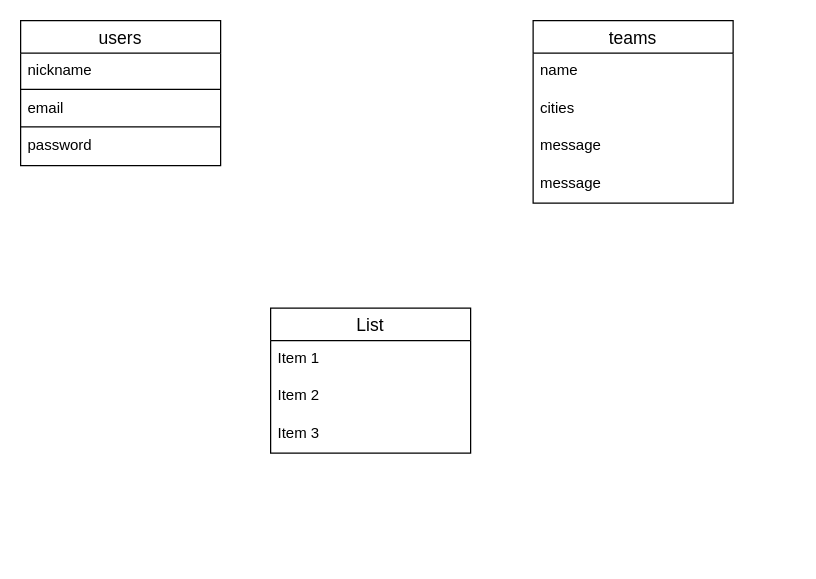
This is playball.dio from hanabusasusumu/playball, a draw.io file, before an edit. Source tidied: cells renumbered, new cells numbered last; positions are measured from the earlier drawing's top-left corner, leaving out a move shared by most shapes. Both pictures are drawn from the tidied source at 125%, with x=0, y=0 at pixel (20, 20).
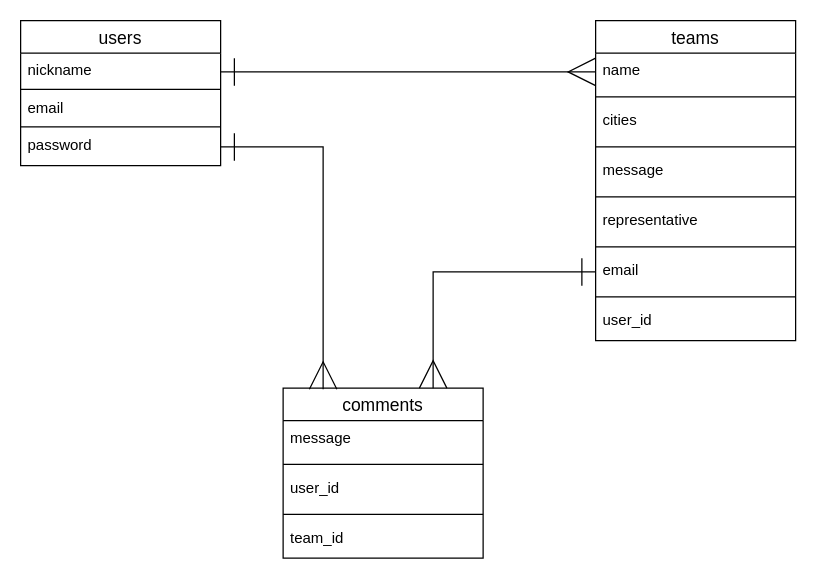
The same page after the edit.

Unchanged cells that the change refers to:
```xml
<mxCell id="3" value="nickname" style="text;strokeColor=none;fillColor=none;spacingLeft=4;spacingRight=4;overflow=hidden;points=[[0,0.5],[1,0.5]];portConstraint=eastwest;fontSize=12;" parent="2" vertex="1">
  <mxGeometry y="26" width="160" height="30" as="geometry" />
</mxCell>
<mxCell id="7" value="password" style="text;strokeColor=none;fillColor=none;spacingLeft=4;spacingRight=4;overflow=hidden;points=[[0,0.5],[1,0.5]];portConstraint=eastwest;fontSize=12;" parent="2" vertex="1">
  <mxGeometry y="86" width="160" height="30" as="geometry" />
</mxCell>
<mxCell id="13" value="name" style="text;strokeColor=none;fillColor=none;spacingLeft=4;spacingRight=4;overflow=hidden;points=[[0,0.5],[1,0.5]];portConstraint=eastwest;fontSize=12;" parent="12" vertex="1">
  <mxGeometry y="26" width="160" height="30" as="geometry" />
</mxCell>
```

Diff of the diagram source:
```diff
@@
-    <mxCell id="8" value="List" style="swimlane;fontStyle=0;horizontal=1;startSize=26;align=center;fontSize=14;" parent="1" vertex="1">
-      <mxGeometry x="200" y="230" width="160" height="116" as="geometry" />
+    <mxCell id="8" value="comments" style="swimlane;fontStyle=0;horizontal=1;startSize=26;align=center;fontSize=14;" parent="1" vertex="1">
+      <mxGeometry x="210" y="294" width="160" height="136" as="geometry" />
     </mxCell>
-    <mxCell id="9" value="Item 1" style="text;strokeColor=none;fillColor=none;spacingLeft=4;spacingRight=4;overflow=hidden;fontSize=12;" parent="8" vertex="1">
+    <mxCell id="9" value="message" style="text;strokeColor=none;fillColor=none;spacingLeft=4;spacingRight=4;overflow=hidden;fontSize=12;" parent="8" vertex="1">
       <mxGeometry y="26" width="160" height="30" as="geometry" />
     </mxCell>
+    <mxCell id="17" style="line;strokeWidth=1;dashed=0;labelPosition=right;align=left;verticalAlign=middle;spacingTop=0;spacingLeft=6;" parent="8" vertex="1">
+      <mxGeometry y="56" width="160" height="10" as="geometry" />
+    </mxCell>
-    <mxCell id="10" value="Item 2" style="text;strokeColor=none;fillColor=none;spacingLeft=4;spacingRight=4;overflow=hidden;fontSize=12;" parent="8" vertex="1">
-      <mxGeometry y="56" width="160" height="30" as="geometry" />
+    <mxCell id="10" value="user_id" style="text;strokeColor=none;fillColor=none;spacingLeft=4;spacingRight=4;overflow=hidden;fontSize=12;" parent="8" vertex="1">
+      <mxGeometry y="66" width="160" height="30" as="geometry" />
     </mxCell>
+    <mxCell id="18" style="line;strokeWidth=1;dashed=0;labelPosition=right;align=left;verticalAlign=middle;spacingTop=0;spacingLeft=6;" parent="8" vertex="1">
+      <mxGeometry y="96" width="160" height="10" as="geometry" />
+    </mxCell>
-    <mxCell id="11" value="Item 3" style="text;strokeColor=none;fillColor=none;spacingLeft=4;spacingRight=4;overflow=hidden;fontSize=12;" parent="8" vertex="1">
-      <mxGeometry y="86" width="160" height="30" as="geometry" />
+    <mxCell id="11" value="team_id" style="text;strokeColor=none;fillColor=none;spacingLeft=4;spacingRight=4;overflow=hidden;fontSize=12;" parent="8" vertex="1">
+      <mxGeometry y="106" width="160" height="30" as="geometry" />
     </mxCell>
     <mxCell id="12" value="teams" style="swimlane;fontStyle=0;horizontal=1;startSize=26;align=center;fontSize=14;direction=east;" parent="1" vertex="1">
-      <mxGeometry x="410" width="160" height="146" as="geometry" />
+      <mxGeometry x="460" width="160" height="256" as="geometry" />
     </mxCell>
@@
+    <mxCell id="19" style="line;strokeWidth=1;dashed=0;labelPosition=right;align=left;verticalAlign=middle;spacingTop=0;spacingLeft=6;" parent="12" vertex="1">
+      <mxGeometry y="56" width="160" height="10" as="geometry" />
+    </mxCell>
     <mxCell id="14" value="cities" style="text;strokeColor=none;fillColor=none;spacingLeft=4;spacingRight=4;overflow=hidden;fontSize=12;" parent="12" vertex="1">
-      <mxGeometry y="56" width="160" height="30" as="geometry" />
+      <mxGeometry y="66" width="160" height="30" as="geometry" />
     </mxCell>
+    <mxCell id="20" style="line;strokeWidth=1;dashed=0;labelPosition=right;align=left;verticalAlign=middle;spacingTop=0;spacingLeft=6;" parent="12" vertex="1">
+      <mxGeometry y="96" width="160" height="10" as="geometry" />
+    </mxCell>
     <mxCell id="15" value="message" style="text;strokeColor=none;fillColor=none;spacingLeft=4;spacingRight=4;overflow=hidden;fontSize=12;" parent="12" vertex="1">
-      <mxGeometry y="86" width="160" height="30" as="geometry" />
+      <mxGeometry y="106" width="160" height="30" as="geometry" />
     </mxCell>
+    <mxCell id="21" style="line;strokeWidth=1;dashed=0;labelPosition=right;align=left;verticalAlign=middle;spacingTop=0;spacingLeft=6;" parent="12" vertex="1">
+      <mxGeometry y="136" width="160" height="10" as="geometry" />
+    </mxCell>
-    <mxCell id="16" value="message" style="text;strokeColor=none;fillColor=none;spacingLeft=4;spacingRight=4;overflow=hidden;fontSize=12;" parent="12" vertex="1">
-      <mxGeometry y="116" width="160" height="30" as="geometry" />
+    <mxCell id="16" value="representative" style="text;strokeColor=none;fillColor=none;spacingLeft=4;spacingRight=4;overflow=hidden;fontSize=12;" parent="12" vertex="1">
+      <mxGeometry y="146" width="160" height="30" as="geometry" />
     </mxCell>
+    <mxCell id="22" style="line;strokeWidth=1;dashed=0;labelPosition=right;align=left;verticalAlign=middle;spacingTop=0;spacingLeft=6;" parent="12" vertex="1">
+      <mxGeometry y="176" width="160" height="10" as="geometry" />
+    </mxCell>
+    <mxCell id="23" value="email" style="text;strokeColor=none;fillColor=none;spacingLeft=4;spacingRight=4;overflow=hidden;points=[[0,0.5],[1,0.5]];portConstraint=eastwest;fontSize=12;" parent="12" vertex="1">
+      <mxGeometry y="186" width="160" height="30" as="geometry" />
+    </mxCell>
+    <mxCell id="24" style="line;strokeWidth=1;dashed=0;labelPosition=right;align=left;verticalAlign=middle;spacingTop=0;spacingLeft=6;" parent="12" vertex="1">
+      <mxGeometry y="216" width="160" height="10" as="geometry" />
+    </mxCell>
+    <mxCell id="25" value="user_id" style="text;strokeColor=none;fillColor=none;spacingLeft=4;spacingRight=4;overflow=hidden;fontSize=12;" parent="12" vertex="1">
+      <mxGeometry y="226" width="160" height="30" as="geometry" />
+    </mxCell>
+    <mxCell id="26" style="edgeStyle=orthogonalEdgeStyle;rounded=0;jettySize=auto;html=1;exitX=1;exitY=0.5;exitDx=0;exitDy=0;entryX=0;entryY=0.5;entryDx=0;entryDy=0;startArrow=ERone;startFill=0;jumpSize=6;sourcePerimeterSpacing=0;startSize=20;endArrow=ERmany;endFill=0;endSize=20;" parent="1" edge="1" source="3" target="13">
+      <mxGeometry relative="1" as="geometry" />
+    </mxCell>
+    <mxCell id="27" style="edgeStyle=orthogonalEdgeStyle;rounded=0;jumpSize=6;jettySize=auto;html=1;exitX=1;exitY=0.5;exitDx=0;exitDy=0;entryX=0.2;entryY=0.007;entryDx=0;entryDy=0;entryPerimeter=0;startArrow=ERone;startFill=0;startSize=20;sourcePerimeterSpacing=0;endArrow=ERmany;endFill=0;endSize=20;" parent="1" edge="1" source="7" target="8">
+      <mxGeometry relative="1" as="geometry" />
+    </mxCell>
+    <mxCell id="28" style="edgeStyle=orthogonalEdgeStyle;rounded=0;jumpSize=6;jettySize=auto;html=1;exitX=0;exitY=0.5;exitDx=0;exitDy=0;entryX=0.75;entryY=0;entryDx=0;entryDy=0;startArrow=ERone;startFill=0;startSize=20;sourcePerimeterSpacing=0;endArrow=ERmany;endFill=0;endSize=20;" parent="1" edge="1" source="23" target="8">
+      <mxGeometry relative="1" as="geometry" />
+    </mxCell>
```
